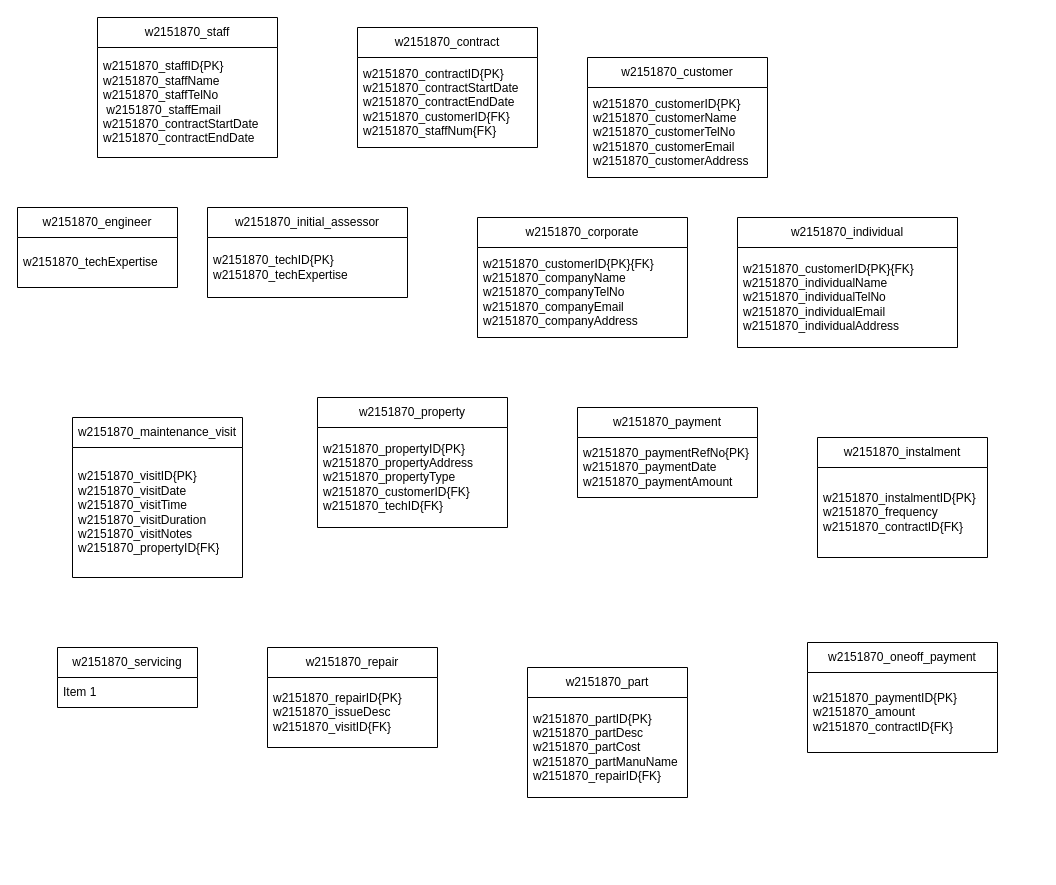
This is question_8.drawio from Yoda200512/skills-introduction-to-github, a draw.io file, before an edit. Source tidied: cells renumbered, new cells numbered last; positions are measured from the earlier drawing's top-left corner, leaving out a move shared by most shapes. Both pictures are drawn from the tidied source at 100%, with x=0, y=0 at pixel (17, 17).
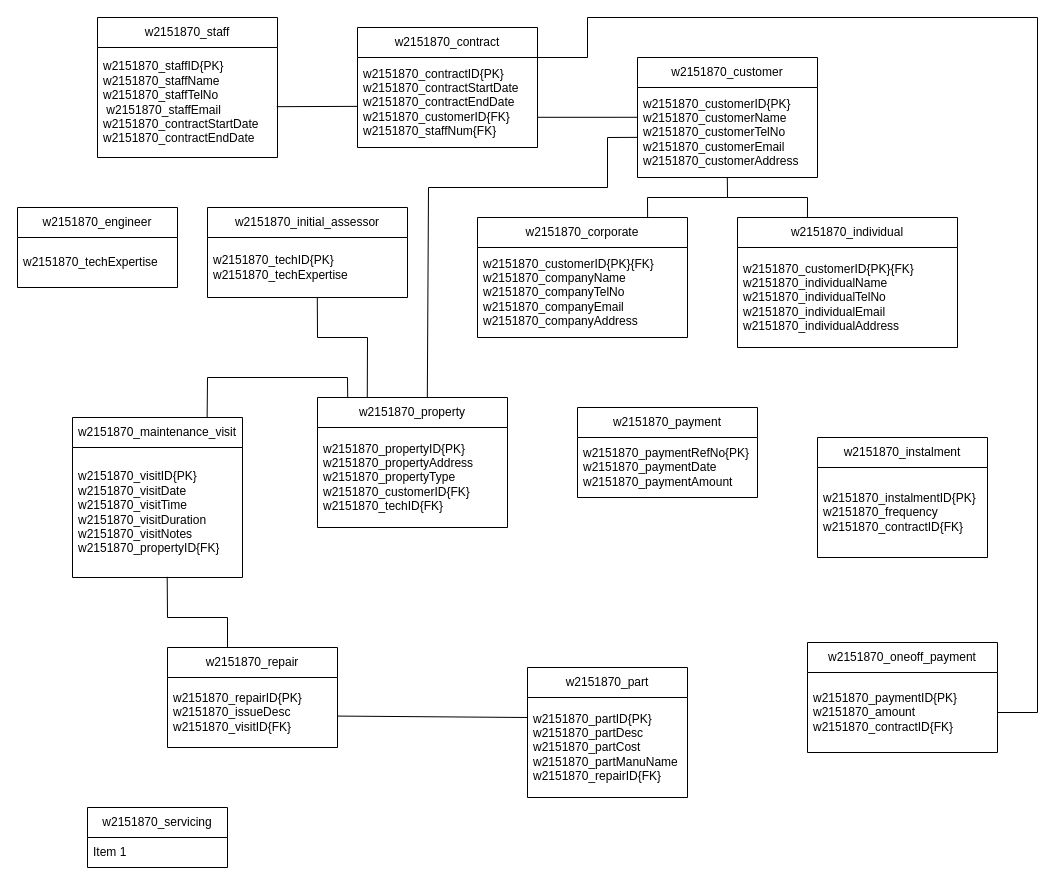
The same page after the edit.

Unchanged cells that the change refers to:
```xml
<mxCell id="3" value="w2151870_staffID{PK}&lt;br&gt;w2151870_staffName&lt;br&gt;w2151870_staffTelNo&lt;br&gt;&amp;nbsp;w2151870_staffEmail&lt;br&gt;w2151870_contractStartDate&lt;br&gt;w2151870_contractEndDate" style="text;strokeColor=none;fillColor=none;align=left;verticalAlign=middle;spacingLeft=4;spacingRight=4;overflow=hidden;points=[[0,0.5],[1,0.5]];portConstraint=eastwest;whiteSpace=wrap;html=1;" parent="2" vertex="1">
  <mxGeometry y="30" width="180" height="110" as="geometry" />
</mxCell>
<mxCell id="4" value="w2151870_contract" style="swimlane;fontStyle=0;horizontal=1;startSize=30;whiteSpace=wrap;html=1;" parent="1" vertex="1">
  <mxGeometry x="340" y="10" width="180" height="120" as="geometry" />
</mxCell>
<mxCell id="5" value="w2151870_contractID{PK}&lt;br&gt;w2151870_contractStartDate&lt;br&gt;w2151870_contractEndDate&lt;br&gt;w2151870_customerID{FK}&lt;br&gt;w2151870_staffNum{FK}" style="text;strokeColor=none;fillColor=none;align=left;verticalAlign=middle;spacingLeft=4;spacingRight=4;overflow=hidden;points=[[0,0.5],[1,0.5]];portConstraint=eastwest;whiteSpace=wrap;html=1;" parent="4" vertex="1">
  <mxGeometry y="30" width="180" height="90" as="geometry" />
</mxCell>
<mxCell id="7" value="w2151870_customerID{PK}&lt;br&gt;w2151870_customerName&lt;br&gt;w2151870_customerTelNo&lt;br&gt;w2151870_customerEmail&lt;br&gt;w2151870_customerAddress" style="text;strokeColor=none;fillColor=none;align=left;verticalAlign=middle;spacingLeft=4;spacingRight=4;overflow=hidden;points=[[0,0.5],[1,0.5]];portConstraint=eastwest;whiteSpace=wrap;html=1;" parent="6" vertex="1">
  <mxGeometry y="30" width="180" height="90" as="geometry" />
</mxCell>
<mxCell id="8" value="w2151870_corporate" style="swimlane;fontStyle=0;horizontal=1;startSize=30;whiteSpace=wrap;html=1;" parent="1" vertex="1">
  <mxGeometry x="460" y="200" width="210" height="120" as="geometry" />
</mxCell>
<mxCell id="10" value="w2151870_property" style="swimlane;fontStyle=0;horizontal=1;startSize=30;whiteSpace=wrap;html=1;" parent="1" vertex="1">
  <mxGeometry x="300" y="380" width="190" height="130" as="geometry" />
</mxCell>
<mxCell id="13" value="w2151870_techID{PK}&lt;br&gt;w2151870_techExpertise" style="text;strokeColor=none;fillColor=none;align=left;verticalAlign=middle;spacingLeft=4;spacingRight=4;overflow=hidden;points=[[0,0.5],[1,0.5]];portConstraint=eastwest;whiteSpace=wrap;html=1;" parent="12" vertex="1">
  <mxGeometry y="30" width="200" height="60" as="geometry" />
</mxCell>
<mxCell id="14" value="w2151870_maintenance_visit" style="swimlane;fontStyle=0;horizontal=1;startSize=30;whiteSpace=wrap;html=1;" parent="1" vertex="1">
  <mxGeometry x="55" y="400" width="170" height="160" as="geometry" />
</mxCell>
<mxCell id="15" value="w2151870_visitID{PK}&lt;br&gt;w2151870_visitDate&lt;br&gt;w2151870_visitTime&lt;br&gt;w2151870_visitDuration&lt;br&gt;w2151870_visitNotes&lt;br&gt;w2151870_propertyID{FK}" style="text;strokeColor=none;fillColor=none;align=left;verticalAlign=middle;spacingLeft=4;spacingRight=4;overflow=hidden;points=[[0,0.5],[1,0.5]];portConstraint=eastwest;whiteSpace=wrap;html=1;" parent="14" vertex="1">
  <mxGeometry y="30" width="170" height="130" as="geometry" />
</mxCell>
<mxCell id="17" value="w2151870_repairID{PK}&lt;br&gt;w2151870_issueDesc&lt;br&gt;w2151870_visitID{FK}" style="text;strokeColor=none;fillColor=none;align=left;verticalAlign=middle;spacingLeft=4;spacingRight=4;overflow=hidden;points=[[0,0.5],[1,0.5]];portConstraint=eastwest;whiteSpace=wrap;html=1;" parent="16" vertex="1">
  <mxGeometry y="30" width="170" height="70" as="geometry" />
</mxCell>
<mxCell id="19" value="w2151870_paymentID{PK}&lt;br&gt;w2151870_amount&lt;br&gt;w2151870_contractID{FK}" style="text;strokeColor=none;fillColor=none;align=left;verticalAlign=middle;spacingLeft=4;spacingRight=4;overflow=hidden;points=[[0,0.5],[1,0.5]];portConstraint=eastwest;whiteSpace=wrap;html=1;" parent="18" vertex="1">
  <mxGeometry y="30" width="190" height="80" as="geometry" />
</mxCell>
<mxCell id="28" value="w2151870_individual" style="swimlane;fontStyle=0;horizontal=1;startSize=30;whiteSpace=wrap;html=1;" parent="1" vertex="1">
  <mxGeometry x="720" y="200" width="220" height="130" as="geometry" />
</mxCell>
<mxCell id="31" value="w2151870_partID{PK}&lt;br&gt;w2151870_partDesc&lt;br&gt;w2151870_partCost&lt;br&gt;w2151870_partManuName&lt;br&gt;w2151870_repairID{FK}" style="text;strokeColor=none;fillColor=none;align=left;verticalAlign=middle;spacingLeft=4;spacingRight=4;overflow=hidden;points=[[0,0.5],[1,0.5]];portConstraint=eastwest;whiteSpace=wrap;html=1;" parent="30" vertex="1">
  <mxGeometry y="30" width="160" height="100" as="geometry" />
</mxCell>
```

The edit, as a diff of the source:
```diff
@@
     <mxCell id="6" value="w2151870_customer" style="swimlane;fontStyle=0;horizontal=1;startSize=30;whiteSpace=wrap;html=1;" parent="1" vertex="1">
-      <mxGeometry x="570" y="40" width="180" height="120" as="geometry" />
+      <mxGeometry x="620" y="40" width="180" height="120" as="geometry" />
     </mxCell>
@@
     <mxCell id="16" value="w2151870_repair" style="swimlane;fontStyle=0;horizontal=1;startSize=30;whiteSpace=wrap;html=1;" parent="1" vertex="1">
-      <mxGeometry x="250" y="630" width="170" height="100" as="geometry" />
+      <mxGeometry x="150" y="630" width="170" height="100" as="geometry" />
     </mxCell>
@@
     <mxCell id="24" value="w2151870_servicing" style="swimlane;fontStyle=0;horizontal=1;startSize=30;whiteSpace=wrap;html=1;" parent="1" vertex="1">
-      <mxGeometry x="40" y="630" width="140" height="60" as="geometry" />
+      <mxGeometry x="70" y="790" width="140" height="60" as="geometry" />
     </mxCell>
@@
+    <mxCell id="32" style="endArrow=none;html=1;rounded=0;entryX=0.002;entryY=0.543;entryDx=0;entryDy=0;entryPerimeter=0;exitX=0.996;exitY=0.538;exitDx=0;exitDy=0;exitPerimeter=0;" parent="1" edge="1" source="3" target="5">
+      <mxGeometry relative="1" as="geometry" />
+    </mxCell>
+    <mxCell id="33" style="endArrow=none;html=1;rounded=0;entryX=0;entryY=0.331;entryDx=0;entryDy=0;entryPerimeter=0;exitX=0.996;exitY=0.538;exitDx=0;exitDy=0;exitPerimeter=0;" parent="1" edge="1" target="7">
+      <mxGeometry relative="1" as="geometry">
+        <mxPoint x="520" y="99.8" as="sourcePoint" />
+      </mxGeometry>
+    </mxCell>
+    <mxCell id="34" style="endArrow=none;html=1;rounded=0;entryX=-0.002;entryY=0.554;entryDx=0;entryDy=0;entryPerimeter=0;exitX=0.578;exitY=0.004;exitDx=0;exitDy=0;exitPerimeter=0;" parent="1" edge="1" source="10" target="7">
+      <mxGeometry relative="1" as="geometry">
+        <Array as="points">
+          <mxPoint x="411" y="170" />
+          <mxPoint x="590" y="170" />
+          <mxPoint x="590" y="120" />
+        </Array>
+      </mxGeometry>
+    </mxCell>
+    <mxCell id="35" style="endArrow=none;html=1;rounded=0;entryX=0.262;entryY=0.001;entryDx=0;entryDy=0;exitX=0.549;exitY=0.997;exitDx=0;exitDy=0;exitPerimeter=0;entryPerimeter=0;" parent="1" edge="1" source="13" target="10">
+      <mxGeometry relative="1" as="geometry">
+        <Array as="points">
+          <mxPoint x="300" y="320" />
+          <mxPoint x="350" y="320" />
+        </Array>
+      </mxGeometry>
+    </mxCell>
+    <mxCell id="36" style="endArrow=none;html=1;rounded=0;entryX=0.159;entryY=0;entryDx=0;entryDy=0;entryPerimeter=0;exitX=0.792;exitY=0;exitDx=0;exitDy=0;exitPerimeter=0;" parent="1" edge="1" source="14" target="10">
+      <mxGeometry relative="1" as="geometry">
+        <Array as="points">
+          <mxPoint x="190" y="360" />
+          <mxPoint x="330" y="360" />
+        </Array>
+      </mxGeometry>
+    </mxCell>
+    <mxCell id="37" style="endArrow=none;html=1;rounded=0;entryX=0.353;entryY=-0.002;entryDx=0;entryDy=0;entryPerimeter=0;exitX=0.557;exitY=0.995;exitDx=0;exitDy=0;exitPerimeter=0;" parent="1" edge="1" source="15" target="16">
+      <mxGeometry relative="1" as="geometry">
+        <Array as="points">
+          <mxPoint x="150" y="600" />
+          <mxPoint x="210" y="600" />
+        </Array>
+      </mxGeometry>
+    </mxCell>
+    <mxCell id="38" style="endArrow=none;html=1;rounded=0;entryX=0;entryY=0.2;entryDx=0;entryDy=0;entryPerimeter=0;exitX=0.998;exitY=0.551;exitDx=0;exitDy=0;exitPerimeter=0;" parent="1" edge="1" source="17" target="31">
+      <mxGeometry relative="1" as="geometry" />
+    </mxCell>
+    <mxCell id="39" style="endArrow=none;html=1;rounded=0;exitX=1;exitY=0.25;exitDx=0;exitDy=0;entryX=1;entryY=0.5;entryDx=0;entryDy=0;" parent="1" edge="1" source="4" target="19">
+      <mxGeometry relative="1" as="geometry">
+        <Array as="points">
+          <mxPoint x="570" y="40" />
+          <mxPoint x="570" />
+          <mxPoint x="1020" />
+          <mxPoint x="1020" y="695" />
+        </Array>
+      </mxGeometry>
+    </mxCell>
+    <mxCell id="40" style="endArrow=none;html=1;rounded=0;entryX=0.318;entryY=-0.001;entryDx=0;entryDy=0;entryPerimeter=0;" parent="1" edge="1" target="28">
+      <mxGeometry relative="1" as="geometry">
+        <mxPoint x="710" y="180" as="sourcePoint" />
+        <Array as="points">
+          <mxPoint x="790" y="180" />
+        </Array>
+      </mxGeometry>
+    </mxCell>
+    <mxCell id="41" style="endArrow=none;html=1;rounded=0;entryX=0.499;entryY=0.998;entryDx=0;entryDy=0;entryPerimeter=0;exitX=0.81;exitY=0;exitDx=0;exitDy=0;exitPerimeter=0;" parent="1" edge="1" source="8" target="7">
+      <mxGeometry relative="1" as="geometry">
+        <Array as="points">
+          <mxPoint x="630" y="180" />
+          <mxPoint x="710" y="180" />
+        </Array>
+      </mxGeometry>
+    </mxCell>
```
